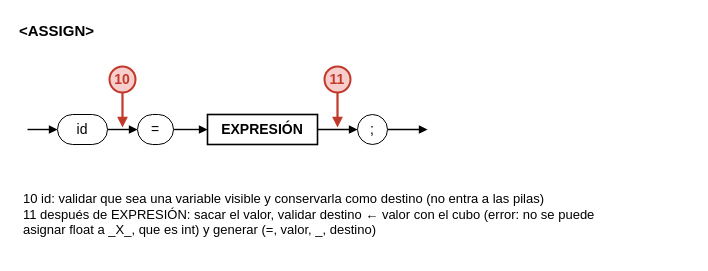
The draw.io diagram page "<ASSIGN>" (4 of 14) of docs/diagramas/BabyDuck_puntos_neuralgicos.drawio in mykrex/compilador, before the edit. Source tidied: cells renumbered, new cells numbered last; positions are measured from the earlier drawing's top-left corner, leaving out a move shared by most shapes. Both pictures are drawn from the tidied source at 100%, with x=0, y=0 at pixel (17, 17).
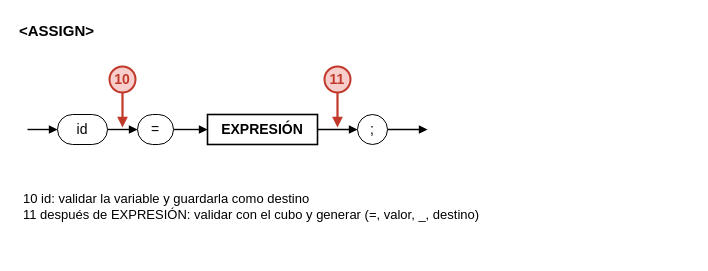
The same page after the edit.

Diff of the diagram source:
```diff
@@
-    <mxCell id="16" value="10 id: validar que sea una variable visible y conservarla como destino (no entra a las pilas)&#10;11 después de EXPRESIÓN: sacar el valor, validar destino ← valor con el cubo (error: no se puede&#10;   asignar float a _X_, que es int) y generar (=, valor, _, destino)" style="text;html=0;whiteSpace=wrap;fillColor=none;strokeColor=none;fontColor=#000000;align=left;verticalAlign=top;fontFamily=Arial;fontSize=13;spacingLeft=4;" parent="1" vertex="1">
-      <mxGeometry y="167" width="674" height="70" as="geometry" />
+    <mxCell id="16" value="10 id: validar la variable y guardarla como destino&#10;11 después de EXPRESIÓN: validar con el cubo y generar (=, valor, _, destino)" style="text;html=0;whiteSpace=wrap;fillColor=none;strokeColor=none;fontColor=#000000;align=left;verticalAlign=top;fontFamily=Arial;fontSize=13;spacingLeft=4;" parent="1" vertex="1">
+      <mxGeometry y="167" width="470" height="45" as="geometry" />
     </mxCell>
```
